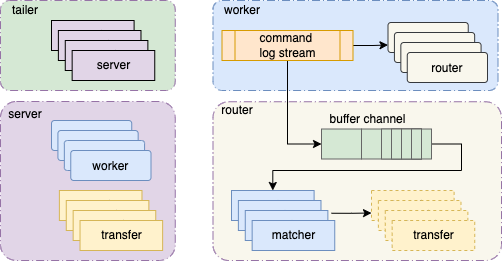
Before: logtail/logtail-architecture-v2.png, a diagram exported from draw.io (vogo/vogo.github.io). Source tidied: cells renumbered, new cells last; positions are measured from the earlier drawing's top-left corner, leaving out a move shared by most shapes.
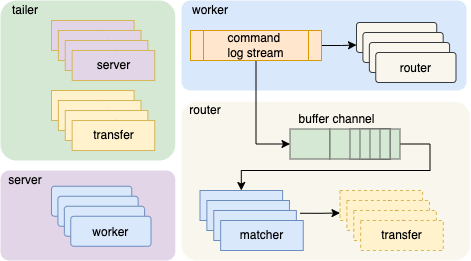
Later version of the same file.

Change to the diagram source:
```diff
@@ -2,17 +2,17 @@
   <root>
     <mxCell id="0" />
     <mxCell id="1" parent="0" />
-    <mxCell id="2" style="rounded=1;arcSize=10;dashed=1;strokeColor=#9673a6;fillColor=#D5E8D4;dashPattern=8 3 1 3;strokeWidth=1;" parent="1" vertex="1">
-      <mxGeometry width="174.8" height="90" as="geometry" />
+    <mxCell id="2" style="rounded=1;arcSize=10;dashed=1;strokeColor=none;fillColor=#D5E8D4;dashPattern=8 3 1 3;strokeWidth=1;" parent="1" vertex="1">
+      <mxGeometry x="31.5" width="174.8" height="160" as="geometry" />
     </mxCell>
-    <mxCell id="3" style="rounded=1;arcSize=10;dashed=1;strokeColor=#6c8ebf;fillColor=#dae8fc;dashPattern=8 3 1 3;strokeWidth=1;" parent="1" vertex="1">
+    <mxCell id="3" style="rounded=1;arcSize=10;dashed=1;strokeColor=none;fillColor=#dae8fc;dashPattern=8 3 1 3;strokeWidth=1;" parent="1" vertex="1">
       <mxGeometry x="212.5" width="285" height="90" as="geometry" />
     </mxCell>
-    <mxCell id="4" style="rounded=1;arcSize=10;dashed=1;strokeColor=#9673a6;dashPattern=8 3 1 3;strokeWidth=1;fillColor=#F9F7ED;" parent="1" vertex="1">
+    <mxCell id="4" style="rounded=1;arcSize=10;dashed=1;strokeColor=none;dashPattern=8 3 1 3;strokeWidth=1;fillColor=#F9F7ED;" parent="1" vertex="1">
       <mxGeometry x="212.5" y="101.2" width="288.5" height="158.8" as="geometry" />
     </mxCell>
-    <mxCell id="5" style="rounded=1;arcSize=10;dashed=1;strokeColor=#9673a6;fillColor=#E1D5E7;dashPattern=8 3 1 3;strokeWidth=1;" parent="1" vertex="1">
-      <mxGeometry y="101" width="174.8" height="159" as="geometry" />
+    <mxCell id="5" style="rounded=1;arcSize=10;dashed=1;strokeColor=none;fillColor=#E1D5E7;dashPattern=8 3 1 3;strokeWidth=1;" parent="1" vertex="1">
+      <mxGeometry x="31.5" y="170" width="174.8" height="90" as="geometry" />
     </mxCell>
     <mxCell id="6" value="buffer channel" style="text;html=1;strokeColor=none;fillColor=none;align=center;verticalAlign=middle;whiteSpace=wrap;rounded=0;" parent="1" vertex="1">
       <mxGeometry x="321" y="108.5" width="92.5" height="20" as="geometry" />
@@ -57,16 +57,16 @@
       <mxGeometry x="221.5" y="30" width="131" height="30" as="geometry" />
     </mxCell>
     <mxCell id="18" value="server" style="text;html=1;strokeColor=none;fillColor=none;align=center;verticalAlign=middle;whiteSpace=wrap;rounded=0;" parent="1" vertex="1">
-      <mxGeometry x="4.8" y="104.2" width="40" height="20" as="geometry" />
+      <mxGeometry x="36.2" y="170" width="40" height="20" as="geometry" />
     </mxCell>
     <mxCell id="19" value="tailer" style="text;html=1;strokeColor=none;fillColor=none;align=center;verticalAlign=middle;whiteSpace=wrap;rounded=0;" parent="1" vertex="1">
-      <mxGeometry x="-0.2" width="50" height="20" as="geometry" />
+      <mxGeometry x="31.2" width="50" height="20" as="geometry" />
     </mxCell>
     <mxCell id="20" value="router" style="text;html=1;strokeColor=none;fillColor=none;align=center;verticalAlign=middle;whiteSpace=wrap;rounded=0;" parent="1" vertex="1">
       <mxGeometry x="216.8" y="100" width="40" height="20" as="geometry" />
     </mxCell>
     <mxCell id="21" style="group;" parent="1" vertex="1">
-      <mxGeometry x="51" y="120" width="99.5" height="60" as="geometry" />
+      <mxGeometry x="82.5" y="185.8" width="99.5" height="60" as="geometry" />
     </mxCell>
     <mxCell id="22" value="worker" style="rounded=1;arcSize=10;strokeColor=#6c8ebf;fillColor=#dae8fc;strokeWidth=1;" parent="21" vertex="1">
       <mxGeometry width="80.2" height="30" as="geometry" />
@@ -111,7 +111,7 @@
       <mxGeometry x="20.7" y="30" width="82.6" height="30" as="geometry" />
     </mxCell>
     <mxCell id="36" style="group;" parent="1" vertex="1">
-      <mxGeometry x="58.9" y="190" width="103.2" height="60" as="geometry" />
+      <mxGeometry x="82.5" y="90" width="103.2" height="60" as="geometry" />
     </mxCell>
     <mxCell id="37" value="transfer" style="rounded=0;whiteSpace=wrap;html=1;strokeWidth=1;fillColor=#fff2cc;strokeColor=#d6b656;" parent="36" vertex="1">
       <mxGeometry width="82.6" height="30" as="geometry" />
@@ -122,7 +122,7 @@
     <mxCell id="39" value="transfer" style="rounded=0;whiteSpace=wrap;html=1;strokeWidth=1;fillColor=#fff2cc;strokeColor=#d6b656;" parent="36" vertex="1">
       <mxGeometry x="13.8" y="20" width="82.6" height="30" as="geometry" />
     </mxCell>
-    <mxCell id="40" value="transfer" style="rounded=0;whiteSpace=wrap;html=1;strokeWidth=1;fillColor=#fff2cc;strokeColor=#d6b656;" parent="36" vertex="1">
+    <mxCell id="40" value="transfer" style="rounded=0;whiteSpace=wrap;html=1;strokeWidth=1;fillColor=#fff2cc;strokeColor=#D6B656;" parent="36" vertex="1">
       <mxGeometry x="20.6" y="30" width="82.6" height="30" as="geometry" />
     </mxCell>
     <mxCell id="41" style="group;dashed=1;" parent="1" vertex="1">
@@ -145,19 +145,19 @@
         <mxPoint x="331" y="212.8" as="sourcePoint" />
       </mxGeometry>
     </mxCell>
-    <mxCell id="47" style="group;fillColor=none;" parent="1" vertex="1">
-      <mxGeometry x="51" y="20" width="103.2" height="60" as="geometry" />
+    <mxCell id="47" style="group;fillColor=none;strokeColor=none;" parent="1" vertex="1">
+      <mxGeometry x="82.5" y="20" width="103.2" height="60" as="geometry" />
     </mxCell>
-    <mxCell id="48" value="transfer" style="rounded=0;whiteSpace=wrap;html=1;strokeWidth=1;fillColor=#E1D5E7;strokeColor=default;" parent="47" vertex="1">
+    <mxCell id="48" value="transfer" style="rounded=0;whiteSpace=wrap;html=1;strokeWidth=1;fillColor=#E1D5E7;strokeColor=#D6B656;" parent="47" vertex="1">
       <mxGeometry width="82.6" height="30" as="geometry" />
     </mxCell>
-    <mxCell id="49" value="transfer" style="rounded=0;whiteSpace=wrap;html=1;strokeWidth=1;fillColor=#E1D5E7;strokeColor=default;" parent="47" vertex="1">
+    <mxCell id="49" value="transfer" style="rounded=0;whiteSpace=wrap;html=1;strokeWidth=1;fillColor=#E1D5E7;strokeColor=#D6B656;" parent="47" vertex="1">
       <mxGeometry x="6.9" y="10" width="82.6" height="30" as="geometry" />
     </mxCell>
-    <mxCell id="50" value="transfer" style="rounded=0;whiteSpace=wrap;html=1;strokeWidth=1;fillColor=#E1D5E7;strokeColor=default;" parent="47" vertex="1">
+    <mxCell id="50" value="transfer" style="rounded=0;whiteSpace=wrap;html=1;strokeWidth=1;fillColor=#E1D5E7;strokeColor=#D6B656;" parent="47" vertex="1">
       <mxGeometry x="13.8" y="20" width="82.6" height="30" as="geometry" />
     </mxCell>
-    <mxCell id="51" value="server" style="rounded=0;whiteSpace=wrap;html=1;strokeWidth=1;fillColor=#E1D5E7;strokeColor=default;" parent="47" vertex="1">
+    <mxCell id="51" value="server" style="rounded=0;whiteSpace=wrap;html=1;strokeWidth=1;fillColor=#E1D5E7;strokeColor=#D6B656;" parent="47" vertex="1">
       <mxGeometry x="20.6" y="30" width="82.6" height="30" as="geometry" />
     </mxCell>
   </root>
```
